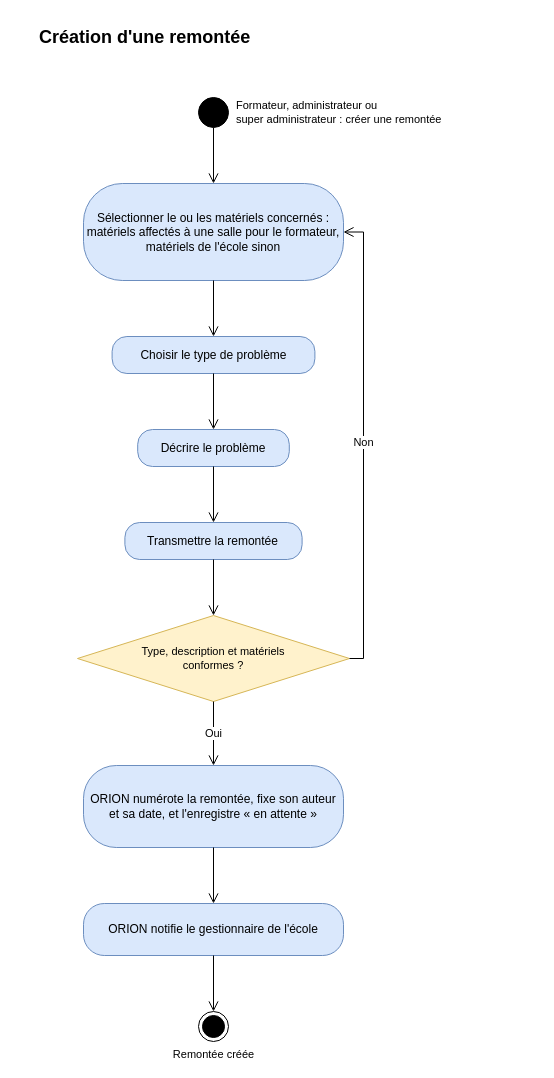
Earlier version of the draw.io diagram page "Création d'une remontée" (2 of 10) of docs/02-ANALYSE/01-MODELISATION-METIER/02-DIAGRAMMES-ACTIVITE.drawio (bpierrelouis/aster). Source tidied: cells renumbered, new cells numbered last; positions are measured from the earlier drawing's top-left corner, leaving out a move shared by most shapes. Both pictures are drawn from the tidied source at 100%, with x=0, y=0 at pixel (37, 22).
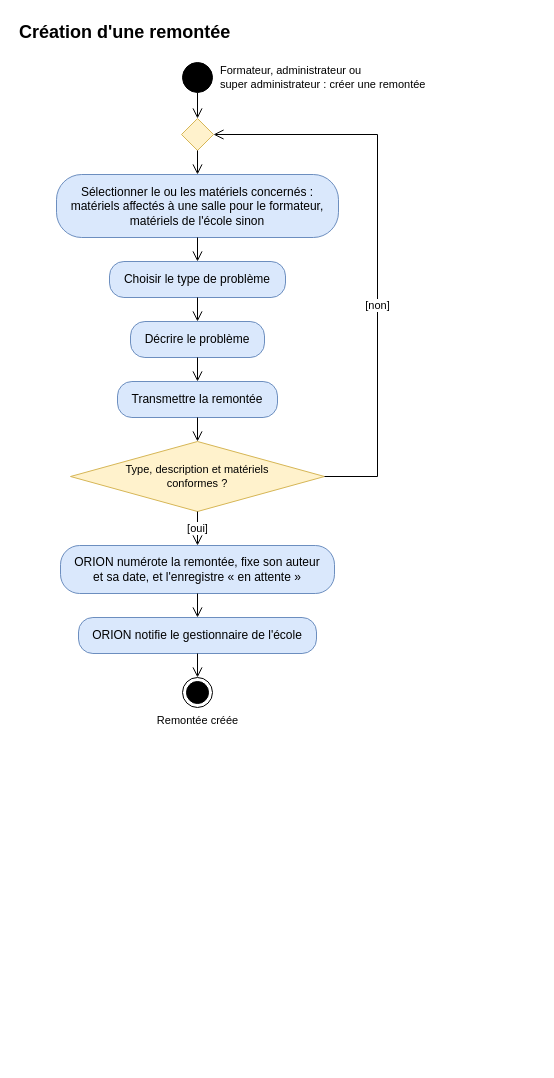
The same diagram, later.

What changed in the source:
```diff
@@
-    <mxCell id="2" value="Création d&amp;#x27;une remontée" style="text;html=1;align=left;verticalAlign=middle;strokeColor=none;fillColor=none;fontSize=18;fontStyle=1;" parent="1" vertex="1">
-      <mxGeometry width="500" height="30" as="geometry" />
+    <mxCell id="2" value="Création d'une remontée" style="text;html=1;align=left;verticalAlign=middle;strokeColor=none;fillColor=none;fontSize=18;fontStyle=1;" parent="1" vertex="1">
+      <mxGeometry x="-20" y="-5" width="208" height="30" as="geometry" />
     </mxCell>
     <mxCell id="3" value="Formateur, administrateur ou&lt;br&gt;super administrateur : créer une remontée" style="ellipse;html=1;fillColor=#000000;strokeColor=#000000;fontSize=11;labelPosition=right;verticalLabelPosition=middle;align=left;verticalAlign=middle;spacingLeft=6;" parent="1" vertex="1">
-      <mxGeometry x="161" y="75" width="30" height="30" as="geometry" />
+      <mxGeometry x="145" y="40" width="30" height="30" as="geometry" />
     </mxCell>
+    <mxCell id="21" style="rhombus;whiteSpace=wrap;html=1;fontSize=11;fillColor=#fff2cc;strokeColor=#d6b656;" parent="1" vertex="1">
+      <mxGeometry x="144" y="96" width="32" height="32" as="geometry" />
+    </mxCell>
     <mxCell id="4" value="Sélectionner le ou les matériels concernés :&lt;br&gt;matériels affectés à une salle pour le formateur,&lt;br&gt;matériels de l'école sinon" style="rounded=1;arcSize=40;whiteSpace=wrap;html=1;fontSize=12;fillColor=#dae8fc;strokeColor=#6c8ebf;" parent="1" vertex="1">
-      <mxGeometry x="46" y="161" width="260" height="97" as="geometry" />
+      <mxGeometry x="19" y="152" width="282" height="63" as="geometry" />
     </mxCell>
     <mxCell id="5" value="Choisir le type de problème" style="rounded=1;arcSize=40;whiteSpace=wrap;html=1;fontSize=12;fillColor=#dae8fc;strokeColor=#6c8ebf;" parent="1" vertex="1">
-      <mxGeometry x="74.6" y="314" width="202.8" height="37" as="geometry" />
+      <mxGeometry x="72" y="239" width="176" height="36" as="geometry" />
     </mxCell>
     <mxCell id="6" value="Décrire le problème" style="rounded=1;arcSize=40;whiteSpace=wrap;html=1;fontSize=12;fillColor=#dae8fc;strokeColor=#6c8ebf;" parent="1" vertex="1">
-      <mxGeometry x="100.2" y="407" width="151.6" height="37" as="geometry" />
+      <mxGeometry x="93" y="299" width="134" height="36" as="geometry" />
     </mxCell>
     <mxCell id="7" value="Transmettre la remontée" style="rounded=1;arcSize=40;whiteSpace=wrap;html=1;fontSize=12;fillColor=#dae8fc;strokeColor=#6c8ebf;" parent="1" vertex="1">
-      <mxGeometry x="87.4" y="500" width="177.2" height="37" as="geometry" />
+      <mxGeometry x="80" y="359" width="160" height="36" as="geometry" />
     </mxCell>
     <mxCell id="8" value="Type, description et matériels&lt;br&gt;conformes ?" style="rhombus;whiteSpace=wrap;html=1;fontSize=11;fillColor=#fff2cc;strokeColor=#d6b656;" parent="1" vertex="1">
-      <mxGeometry x="40" y="593" width="272" height="86" as="geometry" />
+      <mxGeometry x="33" y="419" width="254" height="70" as="geometry" />
     </mxCell>
     <mxCell id="9" value="ORION numérote la remontée, fixe son auteur&lt;br&gt;et sa date, et l'enregistre « en attente »" style="rounded=1;arcSize=40;whiteSpace=wrap;html=1;fontSize=12;fillColor=#dae8fc;strokeColor=#6c8ebf;" parent="1" vertex="1">
-      <mxGeometry x="46" y="743" width="260" height="82" as="geometry" />
+      <mxGeometry x="23" y="523" width="274" height="48" as="geometry" />
     </mxCell>
     <mxCell id="10" value="ORION notifie le gestionnaire de l'école" style="rounded=1;arcSize=40;whiteSpace=wrap;html=1;fontSize=12;fillColor=#dae8fc;strokeColor=#6c8ebf;" parent="1" vertex="1">
-      <mxGeometry x="46" y="881" width="260" height="52" as="geometry" />
+      <mxGeometry x="41" y="595" width="238" height="36" as="geometry" />
     </mxCell>
     <mxCell id="11" value="Remontée créée" style="ellipse;html=1;shape=endState;fillColor=#000000;strokeColor=#000000;verticalLabelPosition=bottom;verticalAlign=top;fontSize=11;" parent="1" vertex="1">
-      <mxGeometry x="161" y="989" width="30" height="30" as="geometry" />
+      <mxGeometry x="145" y="655" width="30" height="30" as="geometry" />
     </mxCell>
-    <mxCell id="12" style="edgeStyle=orthogonalEdgeStyle;endArrow=open;endSize=8;html=1;rounded=0;fontSize=11;labelBackgroundColor=#ffffff;exitX=0.5;exitY=1;exitDx=0;exitDy=0;entryX=0.5;entryY=0;entryDx=0;entryDy=0;" parent="1" edge="1" source="3" target="4">
+    <mxCell id="12" style="edgeStyle=orthogonalEdgeStyle;endArrow=open;endSize=8;html=1;rounded=0;fontSize=11;labelBackgroundColor=#ffffff;exitX=0.5;exitY=1;exitDx=0;exitDy=0;entryX=0.5;entryY=0;entryDx=0;entryDy=0;" parent="1" edge="1" source="3" target="21">
       <mxGeometry relative="1" as="geometry" />
     </mxCell>
-    <mxCell id="13" style="edgeStyle=orthogonalEdgeStyle;endArrow=open;endSize=8;html=1;rounded=0;fontSize=11;labelBackgroundColor=#ffffff;exitX=0.5;exitY=1;exitDx=0;exitDy=0;entryX=0.5;entryY=0;entryDx=0;entryDy=0;" parent="1" edge="1" source="4" target="5">
+    <mxCell id="13" style="edgeStyle=orthogonalEdgeStyle;endArrow=open;endSize=8;html=1;rounded=0;fontSize=11;labelBackgroundColor=#ffffff;exitX=0.5;exitY=1;exitDx=0;exitDy=0;entryX=0.5;entryY=0;entryDx=0;entryDy=0;" parent="1" edge="1" source="21" target="4">
       <mxGeometry relative="1" as="geometry" />
     </mxCell>
-    <mxCell id="14" style="edgeStyle=orthogonalEdgeStyle;endArrow=open;endSize=8;html=1;rounded=0;fontSize=11;labelBackgroundColor=#ffffff;exitX=0.5;exitY=1;exitDx=0;exitDy=0;entryX=0.5;entryY=0;entryDx=0;entryDy=0;" parent="1" edge="1" source="5" target="6">
+    <mxCell id="14" style="edgeStyle=orthogonalEdgeStyle;endArrow=open;endSize=8;html=1;rounded=0;fontSize=11;labelBackgroundColor=#ffffff;exitX=0.5;exitY=1;exitDx=0;exitDy=0;entryX=0.5;entryY=0;entryDx=0;entryDy=0;" parent="1" edge="1" source="4" target="5">
       <mxGeometry relative="1" as="geometry" />
     </mxCell>
-    <mxCell id="15" style="edgeStyle=orthogonalEdgeStyle;endArrow=open;endSize=8;html=1;rounded=0;fontSize=11;labelBackgroundColor=#ffffff;exitX=0.5;exitY=1;exitDx=0;exitDy=0;entryX=0.5;entryY=0;entryDx=0;entryDy=0;" parent="1" edge="1" source="6" target="7">
+    <mxCell id="15" style="edgeStyle=orthogonalEdgeStyle;endArrow=open;endSize=8;html=1;rounded=0;fontSize=11;labelBackgroundColor=#ffffff;exitX=0.5;exitY=1;exitDx=0;exitDy=0;entryX=0.5;entryY=0;entryDx=0;entryDy=0;" parent="1" edge="1" source="5" target="6">
       <mxGeometry relative="1" as="geometry" />
     </mxCell>
-    <mxCell id="16" style="edgeStyle=orthogonalEdgeStyle;endArrow=open;endSize=8;html=1;rounded=0;fontSize=11;labelBackgroundColor=#ffffff;exitX=0.5;exitY=1;exitDx=0;exitDy=0;entryX=0.5;entryY=0;entryDx=0;entryDy=0;" parent="1" edge="1" source="7" target="8">
+    <mxCell id="16" style="edgeStyle=orthogonalEdgeStyle;endArrow=open;endSize=8;html=1;rounded=0;fontSize=11;labelBackgroundColor=#ffffff;exitX=0.5;exitY=1;exitDx=0;exitDy=0;entryX=0.5;entryY=0;entryDx=0;entryDy=0;" parent="1" edge="1" source="6" target="7">
       <mxGeometry relative="1" as="geometry" />
     </mxCell>
-    <mxCell id="17" value="Non" style="edgeStyle=orthogonalEdgeStyle;endArrow=open;endSize=8;html=1;rounded=0;fontSize=11;labelBackgroundColor=#ffffff;exitX=1;exitY=0.5;exitDx=0;exitDy=0;entryX=1;entryY=0.5;entryDx=0;entryDy=0;" parent="1" edge="1" source="8" target="4">
-      <mxGeometry relative="1" as="geometry">
-        <Array as="points">
-          <mxPoint x="326" y="636" />
-          <mxPoint x="326" y="209.5" />
-        </Array>
-      </mxGeometry>
+    <mxCell id="17" style="edgeStyle=orthogonalEdgeStyle;endArrow=open;endSize=8;html=1;rounded=0;fontSize=11;labelBackgroundColor=#ffffff;exitX=0.5;exitY=1;exitDx=0;exitDy=0;entryX=0.5;entryY=0;entryDx=0;entryDy=0;" parent="1" edge="1" source="7" target="8">
+      <mxGeometry relative="1" as="geometry" />
     </mxCell>
-    <mxCell id="18" value="Oui" style="edgeStyle=orthogonalEdgeStyle;endArrow=open;endSize=8;html=1;rounded=0;fontSize=11;labelBackgroundColor=#ffffff;exitX=0.5;exitY=1;exitDx=0;exitDy=0;entryX=0.5;entryY=0;entryDx=0;entryDy=0;" parent="1" edge="1" source="8" target="9">
-      <mxGeometry relative="1" as="geometry" />
+    <mxCell id="18" value="[non]" style="edgeStyle=orthogonalEdgeStyle;endArrow=open;endSize=8;html=1;rounded=0;fontSize=11;labelBackgroundColor=#ffffff;exitX=1;exitY=0.5;exitDx=0;exitDy=0;entryX=1;entryY=0.5;entryDx=0;entryDy=0;" parent="1" edge="1" source="8" target="21">
+      <mxGeometry x="-0.2" relative="1" as="geometry">
+        <Array as="points">
+          <mxPoint x="340" y="454" />
+          <mxPoint x="340" y="112" />
+        </Array>
+      </mxGeometry>
     </mxCell>
-    <mxCell id="19" style="edgeStyle=orthogonalEdgeStyle;endArrow=open;endSize=8;html=1;rounded=0;fontSize=11;labelBackgroundColor=#ffffff;exitX=0.5;exitY=1;exitDx=0;exitDy=0;entryX=0.5;entryY=0;entryDx=0;entryDy=0;" parent="1" edge="1" source="9" target="10">
+    <mxCell id="19" value="[oui]" style="edgeStyle=orthogonalEdgeStyle;endArrow=open;endSize=8;html=1;rounded=0;fontSize=11;labelBackgroundColor=#ffffff;exitX=0.5;exitY=1;exitDx=0;exitDy=0;entryX=0.5;entryY=0;entryDx=0;entryDy=0;" parent="1" edge="1" source="8" target="9">
       <mxGeometry relative="1" as="geometry" />
     </mxCell>
-    <mxCell id="20" style="edgeStyle=orthogonalEdgeStyle;endArrow=open;endSize=8;html=1;rounded=0;fontSize=11;labelBackgroundColor=#ffffff;exitX=0.5;exitY=1;exitDx=0;exitDy=0;entryX=0.5;entryY=0;entryDx=0;entryDy=0;" parent="1" edge="1" source="10" target="11">
+    <mxCell id="20" style="edgeStyle=orthogonalEdgeStyle;endArrow=open;endSize=8;html=1;rounded=0;fontSize=11;labelBackgroundColor=#ffffff;exitX=0.5;exitY=1;exitDx=0;exitDy=0;entryX=0.5;entryY=0;entryDx=0;entryDy=0;" parent="1" edge="1" source="9" target="10">
       <mxGeometry relative="1" as="geometry" />
     </mxCell>
+    <mxCell id="22" style="edgeStyle=orthogonalEdgeStyle;endArrow=open;endSize=8;html=1;rounded=0;fontSize=11;labelBackgroundColor=#ffffff;exitX=0.5;exitY=1;exitDx=0;exitDy=0;entryX=0.5;entryY=0;entryDx=0;entryDy=0;" parent="1" edge="1" source="10" target="11">
+      <mxGeometry relative="1" as="geometry" />
+    </mxCell>
```
